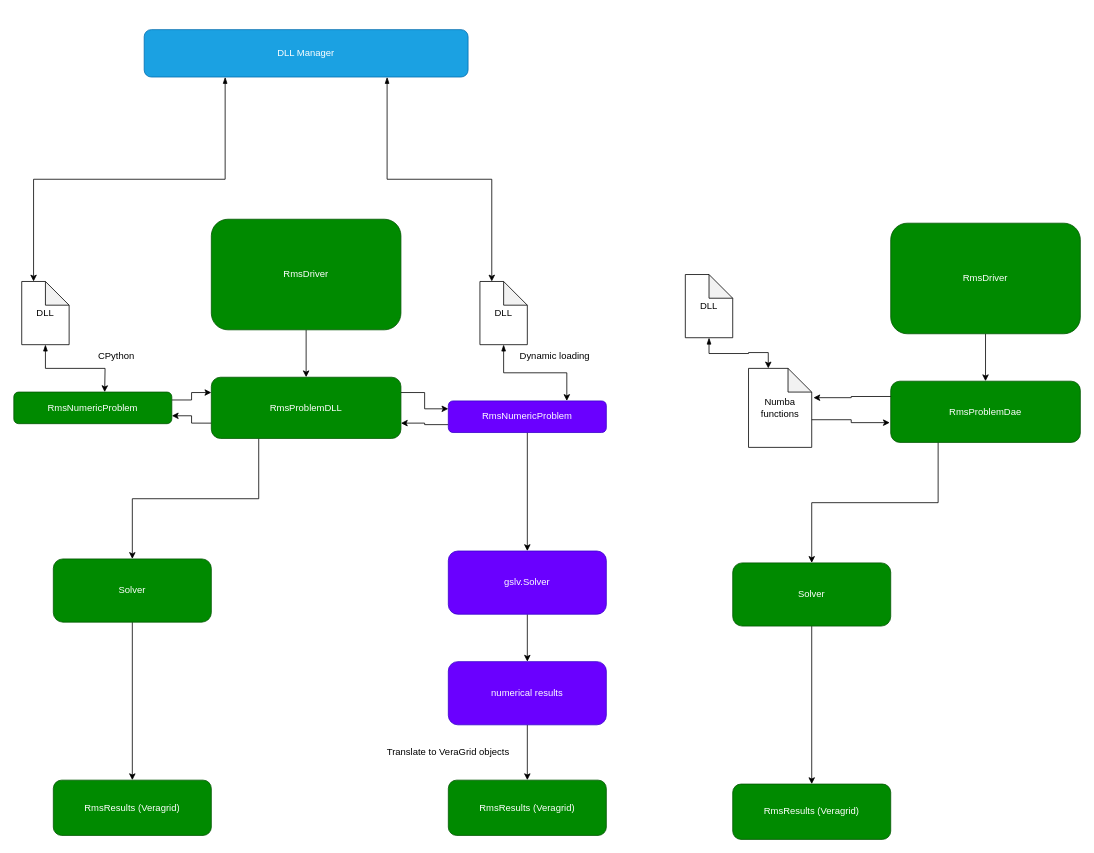
Above: doc/md_source/figures/GSLV_dynamic_problem_integration.drawio in JordiBejarUPC/veragrid-hvdc-bipolar-pfc (draw.io), before the change. Source tidied: cells renumbered, new cells numbered last; positions are measured from the earlier drawing's top-left corner, leaving out a move shared by most shapes. Both pictures are drawn from the tidied source at 79%, with x=0, y=0 at pixel (13, 29).
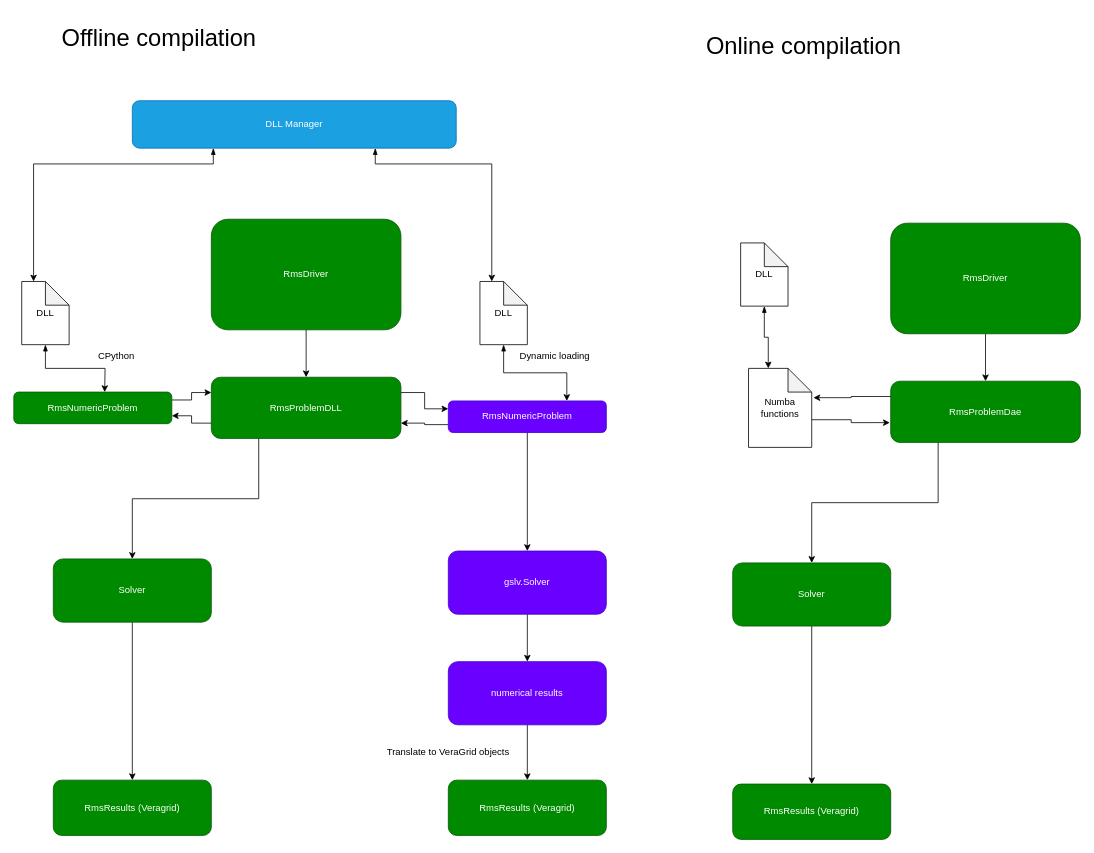
After the change.

Commit message (it also covers changes not shown here):
Added GSLV-DLL integration

The change refers to these unchanged cells:
```xml
<mxCell id="36" value="DLL" style="shape=note;whiteSpace=wrap;html=1;backgroundOutline=1;darkOpacity=0.05;" parent="1" vertex="1">
  <mxGeometry x="10" y="318.8" width="60" height="80" as="geometry" />
</mxCell>
<mxCell id="38" value="DLL" style="shape=note;whiteSpace=wrap;html=1;backgroundOutline=1;darkOpacity=0.05;" parent="1" vertex="1">
  <mxGeometry x="590" y="318.8" width="60" height="80" as="geometry" />
</mxCell>
```

Diff of the diagram source:
```diff
@@
     <mxCell id="34" value="DLL" style="shape=note;whiteSpace=wrap;html=1;backgroundOutline=1;darkOpacity=0.05;" parent="1" vertex="1">
-      <mxGeometry x="850" y="310" width="60" height="80" as="geometry" />
+      <mxGeometry x="920" y="270" width="60" height="80" as="geometry" />
     </mxCell>
@@
     <mxCell id="40" value="DLL Manager" style="rounded=1;whiteSpace=wrap;html=1;fillColor=#1ba1e2;fontColor=#ffffff;strokeColor=#006EAF;" parent="1" vertex="1">
-      <mxGeometry x="165" width="410" height="60" as="geometry" />
+      <mxGeometry x="150" y="90" width="410" height="60" as="geometry" />
     </mxCell>
     <mxCell id="41" style="edgeStyle=orthogonalEdgeStyle;rounded=0;jettySize=auto;html=1;exitX=0.75;exitY=1;exitDx=0;exitDy=0;entryX=0;entryY=0;entryDx=15;entryDy=0;entryPerimeter=0;startArrow=blockThin;startFill=1;" parent="1" edge="1" source="40" target="38">
-      <mxGeometry relative="1" as="geometry" />
+      <mxGeometry relative="1" as="geometry">
+        <Array as="points">
+          <mxPoint x="457" y="170" />
+          <mxPoint x="605" y="170" />
+        </Array>
+      </mxGeometry>
     </mxCell>
     <mxCell id="42" style="edgeStyle=orthogonalEdgeStyle;rounded=0;jettySize=auto;html=1;exitX=0.25;exitY=1;exitDx=0;exitDy=0;entryX=0;entryY=0;entryDx=15;entryDy=0;entryPerimeter=0;startArrow=blockThin;startFill=1;" parent="1" edge="1" source="40" target="36">
-      <mxGeometry relative="1" as="geometry" />
+      <mxGeometry relative="1" as="geometry">
+        <Array as="points">
+          <mxPoint x="253" y="170" />
+          <mxPoint x="25" y="170" />
+        </Array>
+      </mxGeometry>
     </mxCell>
+    <mxCell id="43" value="Online compilation" style="text;html=1;align=center;verticalAlign=middle;whiteSpace=wrap;rounded=0;fontSize=30;" parent="1" vertex="1">
+      <mxGeometry x="820" y="-10" width="360" height="60" as="geometry" />
+    </mxCell>
+    <mxCell id="44" value="Offline compilation" style="text;html=1;align=center;verticalAlign=middle;whiteSpace=wrap;rounded=0;fontSize=30;" parent="1" vertex="1">
+      <mxGeometry x="4" y="-20" width="360" height="60" as="geometry" />
+    </mxCell>
```
